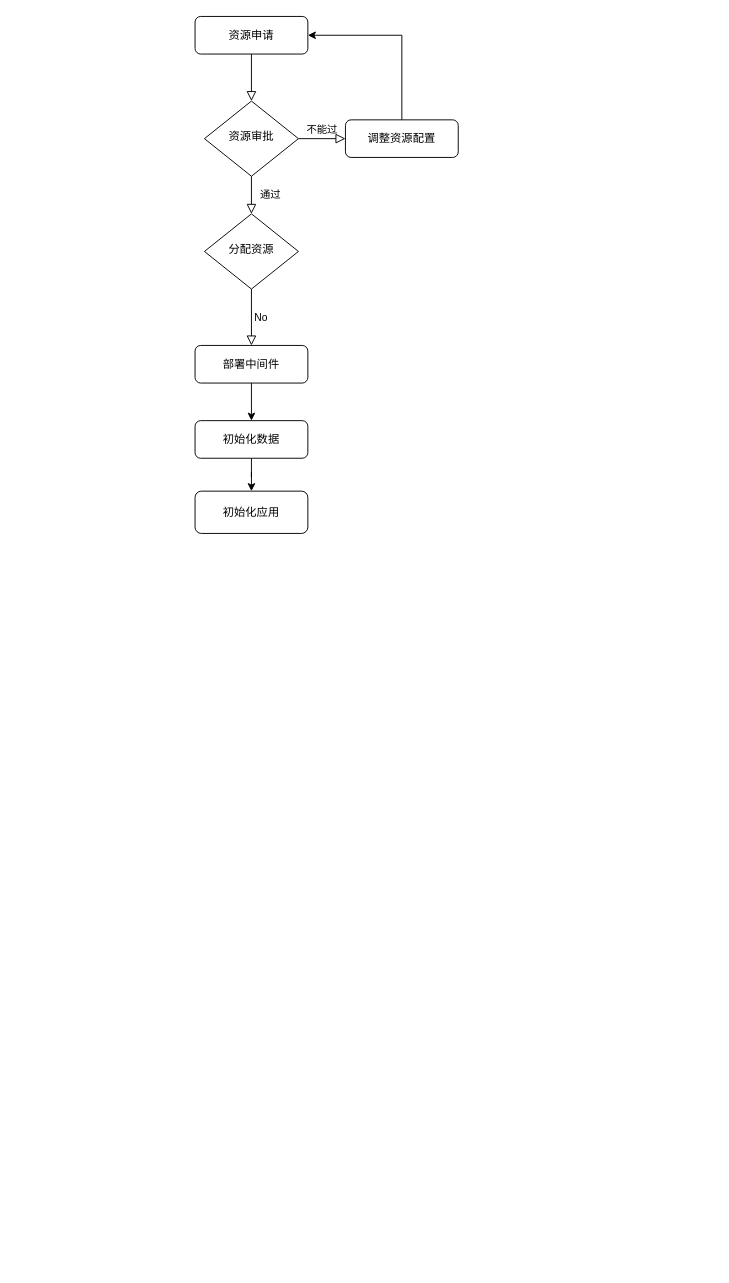
This is 精卫助手.drawio from Snuger/draw, a draw.io file, before an edit. Source tidied: cells renumbered, new cells numbered last; positions are measured from the earlier drawing's top-left corner, leaving out a move shared by most shapes. Both pictures are drawn from the tidied source at 94%, with x=0, y=0 at pixel (195, 16).
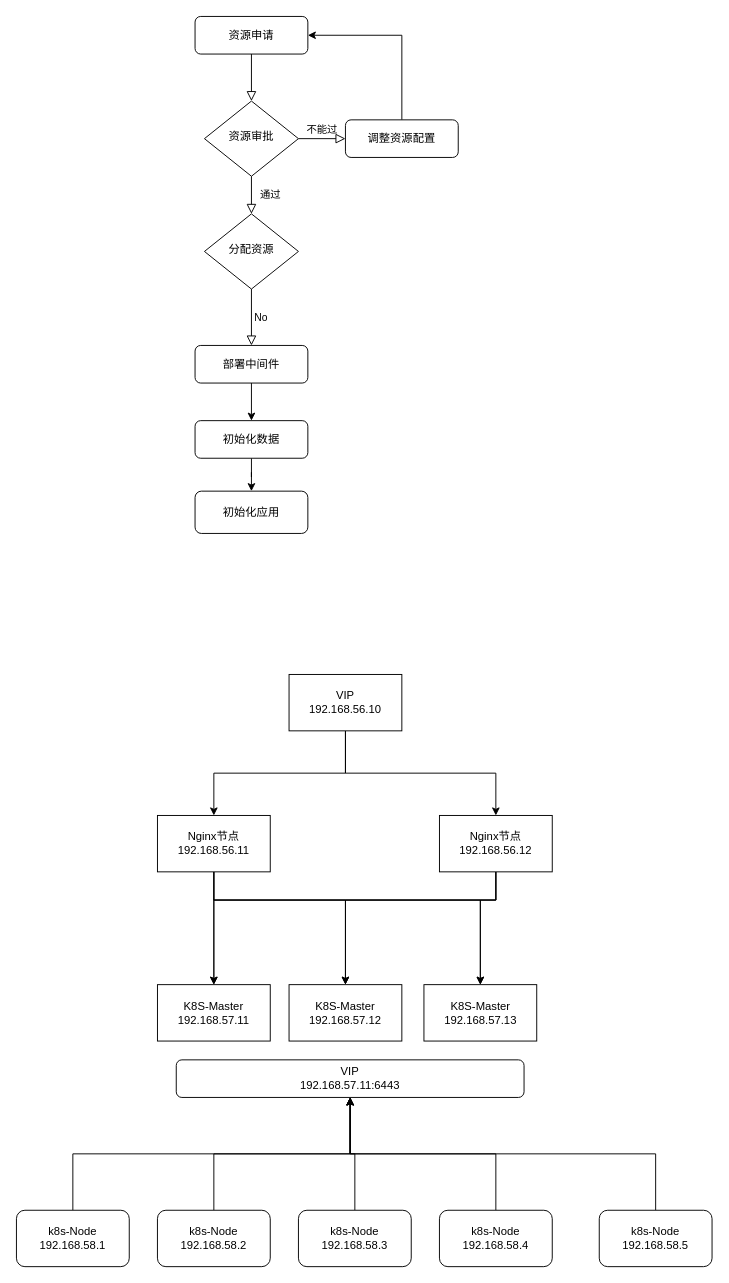
Above is the later version.

Commit message:
更新精卫助手.drawio

The edit, as a diff of the source:
```diff
@@
+    <mxCell id="16" style="edgeStyle=orthogonalEdgeStyle;rounded=0;jettySize=auto;html=1;exitX=0.5;exitY=1;exitDx=0;exitDy=0;" parent="1" edge="1" source="18" target="22">
+      <mxGeometry relative="1" as="geometry" />
+    </mxCell>
+    <mxCell id="17" style="edgeStyle=orthogonalEdgeStyle;rounded=0;jettySize=auto;html=1;entryX=0.5;entryY=0;entryDx=0;entryDy=0;exitX=0.5;exitY=1;exitDx=0;exitDy=0;" parent="1" edge="1" source="18" target="26">
+      <mxGeometry relative="1" as="geometry" />
+    </mxCell>
+    <mxCell id="18" value="VIP&lt;br&gt;192.168.56.10" style="rounded=0;whiteSpace=wrap;html=1;" parent="1" vertex="1">
+      <mxGeometry x="100" y="700" width="120" height="60" as="geometry" />
+    </mxCell>
+    <mxCell id="19" style="edgeStyle=orthogonalEdgeStyle;rounded=0;jettySize=auto;html=1;entryX=0.5;entryY=0;entryDx=0;entryDy=0;" parent="1" edge="1" source="22" target="28">
+      <mxGeometry relative="1" as="geometry">
+        <Array as="points">
+          <mxPoint x="20" y="940" />
+          <mxPoint x="160" y="940" />
+        </Array>
+      </mxGeometry>
+    </mxCell>
+    <mxCell id="20" style="edgeStyle=orthogonalEdgeStyle;rounded=0;jettySize=auto;html=1;entryX=0.5;entryY=0;entryDx=0;entryDy=0;" parent="1" edge="1" source="22" target="27">
+      <mxGeometry relative="1" as="geometry" />
+    </mxCell>
+    <mxCell id="21" style="edgeStyle=orthogonalEdgeStyle;rounded=0;jettySize=auto;html=1;entryX=0.5;entryY=0;entryDx=0;entryDy=0;" parent="1" edge="1" source="22" target="29">
+      <mxGeometry relative="1" as="geometry">
+        <Array as="points">
+          <mxPoint x="20" y="940" />
+          <mxPoint x="304" y="940" />
+        </Array>
+      </mxGeometry>
+    </mxCell>
+    <mxCell id="22" value="Nginx节点&lt;br&gt;192.168.56.11" style="whiteSpace=wrap;html=1;rounded=0;" parent="1" vertex="1">
+      <mxGeometry x="-40" y="850" width="120" height="60" as="geometry" />
+    </mxCell>
+    <mxCell id="23" style="edgeStyle=orthogonalEdgeStyle;rounded=0;jettySize=auto;html=1;entryX=0.5;entryY=0;entryDx=0;entryDy=0;" parent="1" edge="1" source="26" target="27">
+      <mxGeometry relative="1" as="geometry">
+        <Array as="points">
+          <mxPoint x="320" y="940" />
+          <mxPoint x="20" y="940" />
+        </Array>
+      </mxGeometry>
+    </mxCell>
+    <mxCell id="24" style="edgeStyle=orthogonalEdgeStyle;rounded=0;jettySize=auto;html=1;entryX=0.5;entryY=0;entryDx=0;entryDy=0;" parent="1" edge="1" source="26" target="28">
+      <mxGeometry relative="1" as="geometry">
+        <Array as="points">
+          <mxPoint x="320" y="940" />
+          <mxPoint x="160" y="940" />
+        </Array>
+      </mxGeometry>
+    </mxCell>
+    <mxCell id="25" style="edgeStyle=orthogonalEdgeStyle;rounded=0;jettySize=auto;html=1;entryX=0.5;entryY=0;entryDx=0;entryDy=0;" parent="1" edge="1" source="26" target="29">
+      <mxGeometry relative="1" as="geometry">
+        <Array as="points">
+          <mxPoint x="320" y="940" />
+          <mxPoint x="304" y="940" />
+        </Array>
+      </mxGeometry>
+    </mxCell>
+    <mxCell id="26" value="Nginx节点&lt;br style=&quot;border-color: var(--border-color);&quot;&gt;192.168.56.12" style="whiteSpace=wrap;html=1;rounded=0;" parent="1" vertex="1">
+      <mxGeometry x="260" y="850" width="120" height="60" as="geometry" />
+    </mxCell>
+    <mxCell id="27" value="K8S-Master&lt;br&gt;192.168.57.11" style="rounded=0;whiteSpace=wrap;html=1;" parent="1" vertex="1">
+      <mxGeometry x="-40" y="1030" width="120" height="60" as="geometry" />
+    </mxCell>
+    <mxCell id="28" value="K8S-Master&lt;br&gt;192.168.57.12" style="rounded=0;whiteSpace=wrap;html=1;" parent="1" vertex="1">
+      <mxGeometry x="100" y="1030" width="120" height="60" as="geometry" />
+    </mxCell>
+    <mxCell id="29" value="K8S-Master&lt;br&gt;192.168.57.13" style="rounded=0;whiteSpace=wrap;html=1;" parent="1" vertex="1">
+      <mxGeometry x="243.5" y="1030" width="120" height="60" as="geometry" />
+    </mxCell>
+    <mxCell id="30" style="edgeStyle=orthogonalEdgeStyle;rounded=0;jettySize=auto;html=1;entryX=0.5;entryY=1;entryDx=0;entryDy=0;exitX=0.5;exitY=0;exitDx=0;exitDy=0;" parent="1" edge="1" source="31" target="40">
+      <mxGeometry relative="1" as="geometry" />
+    </mxCell>
+    <mxCell id="31" value="k8s-Node&lt;br&gt;192.168.58.1" style="rounded=1;whiteSpace=wrap;html=1;" parent="1" vertex="1">
+      <mxGeometry x="-190" y="1270" width="120" height="60" as="geometry" />
+    </mxCell>
+    <mxCell id="32" style="edgeStyle=orthogonalEdgeStyle;rounded=0;jettySize=auto;html=1;entryX=0.5;entryY=1;entryDx=0;entryDy=0;" parent="1" edge="1" source="33" target="40">
+      <mxGeometry relative="1" as="geometry" />
+    </mxCell>
+    <mxCell id="33" value="k8s-Node&lt;br style=&quot;border-color: var(--border-color);&quot;&gt;192.168.58.2" style="rounded=1;whiteSpace=wrap;html=1;" parent="1" vertex="1">
+      <mxGeometry x="-40" y="1270" width="120" height="60" as="geometry" />
+    </mxCell>
+    <mxCell id="34" style="edgeStyle=orthogonalEdgeStyle;rounded=0;jettySize=auto;html=1;entryX=0.5;entryY=1;entryDx=0;entryDy=0;" parent="1" edge="1" source="35" target="40">
+      <mxGeometry relative="1" as="geometry" />
+    </mxCell>
+    <mxCell id="35" value="k8s-Node&lt;br style=&quot;border-color: var(--border-color);&quot;&gt;192.168.58.3" style="rounded=1;whiteSpace=wrap;html=1;" parent="1" vertex="1">
+      <mxGeometry x="110" y="1270" width="120" height="60" as="geometry" />
+    </mxCell>
+    <mxCell id="36" style="edgeStyle=orthogonalEdgeStyle;rounded=0;jettySize=auto;html=1;entryX=0.5;entryY=1;entryDx=0;entryDy=0;" parent="1" edge="1" source="37" target="40">
+      <mxGeometry relative="1" as="geometry" />
+    </mxCell>
+    <mxCell id="37" value="k8s-Node&lt;br style=&quot;border-color: var(--border-color);&quot;&gt;192.168.58.4" style="rounded=1;whiteSpace=wrap;html=1;" parent="1" vertex="1">
+      <mxGeometry x="260" y="1270" width="120" height="60" as="geometry" />
+    </mxCell>
+    <mxCell id="38" style="edgeStyle=orthogonalEdgeStyle;rounded=0;jettySize=auto;html=1;entryX=0.5;entryY=1;entryDx=0;entryDy=0;exitX=0.5;exitY=0;exitDx=0;exitDy=0;" parent="1" edge="1" source="39" target="40">
+      <mxGeometry relative="1" as="geometry" />
+    </mxCell>
+    <mxCell id="39" value="k8s-Node&lt;br style=&quot;border-color: var(--border-color);&quot;&gt;192.168.58.5" style="rounded=1;whiteSpace=wrap;html=1;" parent="1" vertex="1">
+      <mxGeometry x="430" y="1270" width="120" height="60" as="geometry" />
+    </mxCell>
+    <mxCell id="40" value="VIP&lt;br&gt;192.168.57.11:6443" style="rounded=1;whiteSpace=wrap;html=1;" parent="1" vertex="1">
+      <mxGeometry x="-20" y="1110" width="370" height="40" as="geometry" />
+    </mxCell>
```
